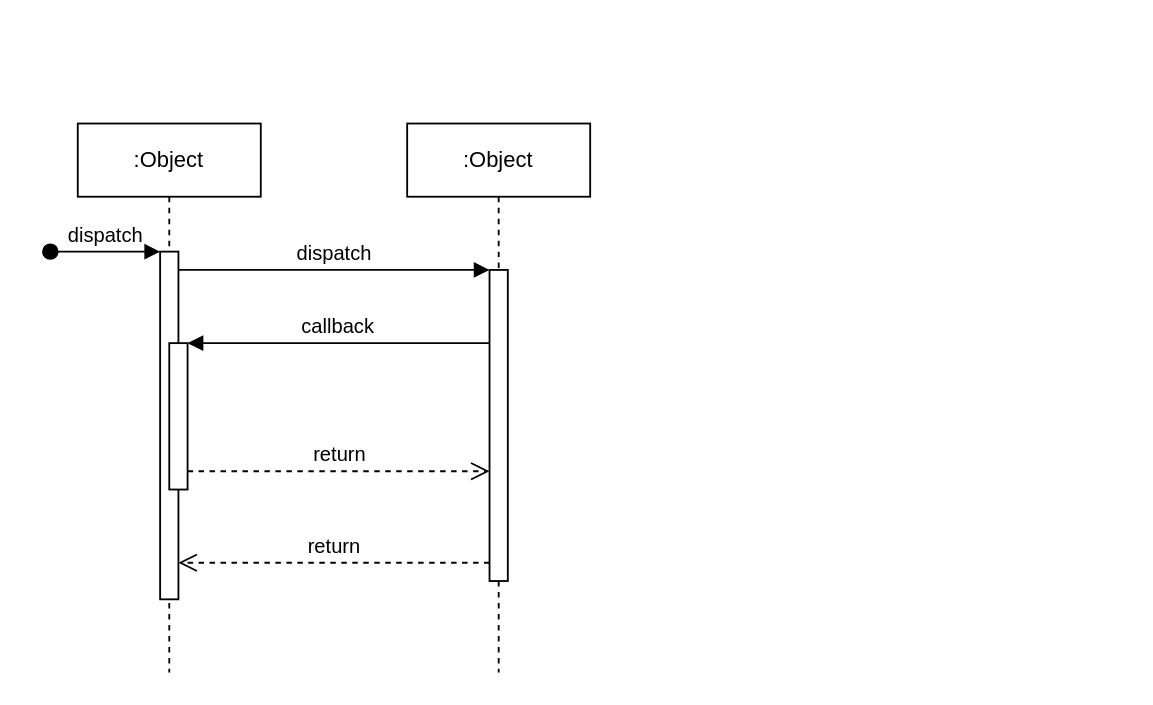
Earlier version of the draw.io diagram Диаграмма без названия.drawio (coolson/html). Source tidied: cells renumbered, new cells numbered last; positions are measured from the earlier drawing's top-left corner, leaving out a move shared by most shapes. Both pictures are drawn from the tidied source at 183%, with x=0, y=0 at pixel (49, 123).
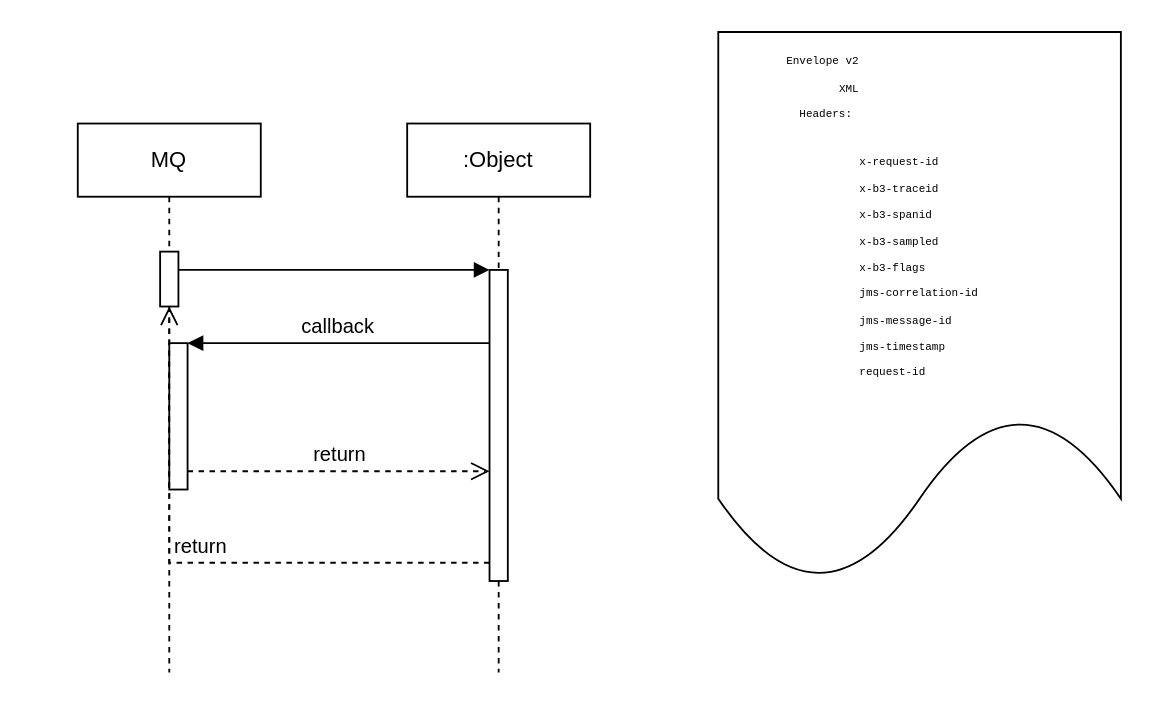
The same diagram, later.

Diff of the diagram source:
```diff
@@
 <mxGraphModel>
   <root>
     <mxCell id="0" />
     <mxCell id="1" parent="0" />
-    <mxCell id="2" value=":Object" style="shape=umlLifeline;perimeter=lifelinePerimeter;whiteSpace=wrap;html=1;newEdgeStyle={&quot;edgeStyle&quot;:&quot;elbowEdgeStyle&quot;,&quot;elbow&quot;:&quot;vertical&quot;,&quot;curved&quot;:0,&quot;rounded&quot;:0};" parent="1" vertex="1">
+    <mxCell id="2" value="MQ" style="shape=umlLifeline;perimeter=lifelinePerimeter;whiteSpace=wrap;html=1;newEdgeStyle={&quot;edgeStyle&quot;:&quot;elbowEdgeStyle&quot;,&quot;elbow&quot;:&quot;vertical&quot;,&quot;curved&quot;:0,&quot;rounded&quot;:0};" parent="1" vertex="1">
       <mxGeometry x="15" width="100" height="300" as="geometry" />
     </mxCell>
     <mxCell id="3" style="html=1;points=[];perimeter=orthogonalPerimeter;outlineConnect=0;targetShapes=umlLifeline;portConstraint=eastwest;newEdgeStyle={&quot;edgeStyle&quot;:&quot;elbowEdgeStyle&quot;,&quot;elbow&quot;:&quot;vertical&quot;,&quot;curved&quot;:0,&quot;rounded&quot;:0};" parent="2" vertex="1">
-      <mxGeometry x="45" y="70" width="10" height="190" as="geometry" />
+      <mxGeometry x="45" y="70" width="10" height="30" as="geometry" />
     </mxCell>
-    <mxCell id="4" value="dispatch" style="html=1;verticalAlign=bottom;startArrow=oval;endArrow=block;startSize=8;edgeStyle=elbowEdgeStyle;elbow=vertical;curved=0;rounded=0;" parent="2" edge="1" target="3">
-      <mxGeometry relative="1" as="geometry">
-        <mxPoint x="-15" y="70" as="sourcePoint" />
-      </mxGeometry>
-    </mxCell>
     <mxCell id="5" style="html=1;points=[];perimeter=orthogonalPerimeter;outlineConnect=0;targetShapes=umlLifeline;portConstraint=eastwest;newEdgeStyle={&quot;edgeStyle&quot;:&quot;elbowEdgeStyle&quot;,&quot;elbow&quot;:&quot;vertical&quot;,&quot;curved&quot;:0,&quot;rounded&quot;:0};" parent="2" vertex="1">
       <mxGeometry x="50" y="120" width="10" height="80" as="geometry" />
     </mxCell>
     <mxCell id="6" value=":Object" style="shape=umlLifeline;perimeter=lifelinePerimeter;whiteSpace=wrap;html=1;newEdgeStyle={&quot;edgeStyle&quot;:&quot;elbowEdgeStyle&quot;,&quot;elbow&quot;:&quot;vertical&quot;,&quot;curved&quot;:0,&quot;rounded&quot;:0};" parent="1" vertex="1">
       <mxGeometry x="195" width="100" height="300" as="geometry" />
     </mxCell>
     <mxCell id="7" style="html=1;points=[];perimeter=orthogonalPerimeter;outlineConnect=0;targetShapes=umlLifeline;portConstraint=eastwest;newEdgeStyle={&quot;edgeStyle&quot;:&quot;elbowEdgeStyle&quot;,&quot;elbow&quot;:&quot;vertical&quot;,&quot;curved&quot;:0,&quot;rounded&quot;:0};" parent="6" vertex="1">
       <mxGeometry x="45" y="80" width="10" height="170" as="geometry" />
     </mxCell>
-    <mxCell id="8" value="dispatch" style="html=1;verticalAlign=bottom;endArrow=block;edgeStyle=elbowEdgeStyle;elbow=vertical;curved=0;rounded=0;" parent="1" edge="1" source="3" target="7">
+    <mxCell id="8" style="html=1;verticalAlign=bottom;endArrow=block;edgeStyle=elbowEdgeStyle;elbow=vertical;curved=0;rounded=0;" parent="1" edge="1" source="3" target="7">
       <mxGeometry relative="1" as="geometry">
         <Array as="points">
           <mxPoint x="155" y="80" />
         </Array>
       </mxGeometry>
     </mxCell>
     <mxCell id="9" value="return" style="html=1;verticalAlign=bottom;endArrow=open;dashed=1;endSize=8;edgeStyle=elbowEdgeStyle;elbow=vertical;curved=0;rounded=0;" parent="1" edge="1" source="7" target="3">
       <mxGeometry relative="1" as="geometry">
         <Array as="points">
           <mxPoint x="165" y="240" />
         </Array>
       </mxGeometry>
     </mxCell>
     <mxCell id="10" value="callback" style="html=1;verticalAlign=bottom;endArrow=block;edgeStyle=elbowEdgeStyle;elbow=vertical;curved=0;rounded=0;" parent="1" edge="1" source="7" target="5">
       <mxGeometry relative="1" as="geometry">
         <Array as="points">
           <mxPoint x="165" y="120" />
         </Array>
       </mxGeometry>
     </mxCell>
     <mxCell id="11" value="return" style="html=1;verticalAlign=bottom;endArrow=open;dashed=1;endSize=8;edgeStyle=elbowEdgeStyle;elbow=vertical;curved=0;rounded=0;" parent="1" edge="1" source="5" target="7">
       <mxGeometry relative="1" as="geometry">
         <Array as="points">
           <mxPoint x="155" y="190" />
         </Array>
       </mxGeometry>
     </mxCell>
+    <mxCell id="12" value="&lt;div align=&quot;left&quot;&gt;&lt;font face=&quot;Courier New&quot; style=&quot;font-size: 6px;&quot;&gt;Envelope v2&lt;br&gt;&lt;/font&gt;&lt;/div&gt;&lt;div align=&quot;left&quot;&gt;&lt;font face=&quot;Courier New&quot; style=&quot;font-size: 6px;&quot;&gt;&lt;span style=&quot;white-space: pre;&quot;&gt;&#9;&lt;/span&gt;XML &lt;br&gt;&lt;/font&gt;&lt;/div&gt;&lt;div align=&quot;left&quot;&gt;&lt;font face=&quot;Courier New&quot; style=&quot;font-size: 6px;&quot;&gt;&amp;nbsp; Headers: &lt;/font&gt;&lt;font face=&quot;5g5iSEYrFaISGpTEV1V_&quot; style=&quot;font-size: 6px;&quot;&gt;&lt;br&gt;&lt;/font&gt;&lt;/div&gt;&lt;blockquote&gt;&lt;div align=&quot;left&quot; title=&quot;Hint: double-click to select code&quot; class=&quot;container&quot;&gt;&lt;div class=&quot;line number1 index0 alt2&quot;&gt;&lt;font face=&quot;ShSiiK6hUvS0UJJPSRek&quot; style=&quot;font-size: 6px;&quot;&gt;&lt;code class=&quot;java plain&quot;&gt;x-request-id&lt;/code&gt;&lt;/font&gt;&lt;/div&gt;&lt;div class=&quot;line number2 index1 alt1&quot;&gt;&lt;font face=&quot;ShSiiK6hUvS0UJJPSRek&quot; style=&quot;font-size: 6px;&quot;&gt;&lt;code class=&quot;java plain&quot;&gt;x-b3-traceid&lt;/code&gt;&lt;/font&gt;&lt;/div&gt;&lt;div class=&quot;line number3 index2 alt2&quot;&gt;&lt;font face=&quot;ShSiiK6hUvS0UJJPSRek&quot; style=&quot;font-size: 6px;&quot;&gt;&lt;code class=&quot;java plain&quot;&gt;x-b3-spanid&lt;/code&gt;&lt;/font&gt;&lt;/div&gt;&lt;div class=&quot;line number4 index3 alt1&quot;&gt;&lt;font face=&quot;ShSiiK6hUvS0UJJPSRek&quot; style=&quot;font-size: 6px;&quot;&gt;&lt;code class=&quot;java plain&quot;&gt;x-b3-sampled&lt;/code&gt;&lt;/font&gt;&lt;/div&gt;&lt;div class=&quot;line number5 index4 alt2&quot;&gt;&lt;font face=&quot;ShSiiK6hUvS0UJJPSRek&quot; style=&quot;font-size: 6px;&quot;&gt;&lt;code class=&quot;java plain&quot;&gt;x-b3-flags&lt;/code&gt;&lt;/font&gt;&lt;/div&gt;&lt;div class=&quot;line number6 index5 alt1&quot;&gt;&lt;font face=&quot;ShSiiK6hUvS0UJJPSRek&quot; style=&quot;font-size: 6px;&quot;&gt;&lt;code class=&quot;java plain&quot;&gt;jms-correlation-id&lt;/code&gt;&lt;/font&gt;&lt;/div&gt;&lt;div class=&quot;line number7 index6 alt2&quot;&gt;&lt;font face=&quot;ShSiiK6hUvS0UJJPSRek&quot; style=&quot;font-size: 6px;&quot;&gt;&lt;code class=&quot;java plain&quot;&gt;jms-message-id&lt;/code&gt;&lt;/font&gt;&lt;/div&gt;&lt;div class=&quot;line number8 index7 alt1&quot;&gt;&lt;font face=&quot;ShSiiK6hUvS0UJJPSRek&quot; style=&quot;font-size: 6px;&quot;&gt;&lt;code class=&quot;java plain&quot;&gt;jms-timestamp&lt;/code&gt;&lt;/font&gt;&lt;/div&gt;&lt;div class=&quot;line number9 index8 alt2&quot;&gt;&lt;font face=&quot;ShSiiK6hUvS0UJJPSRek&quot; style=&quot;font-size: 6px;&quot;&gt;&lt;code class=&quot;java plain&quot;&gt;request-id&lt;/code&gt;&lt;/font&gt;&lt;/div&gt;&lt;/div&gt;&lt;/blockquote&gt;" style="shape=document;whiteSpace=wrap;html=1;boundedLbl=1;" parent="1" vertex="1">
+      <mxGeometry x="365" y="-50" width="220" height="300" as="geometry" />
+    </mxCell>
   </root>
 </mxGraphModel>
```
